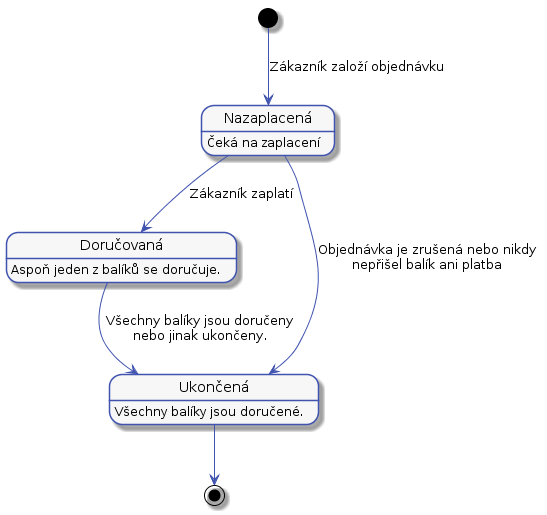
Before: docs/diagrams/out/states-order.png, a diagram exported from PlantUML (Internet-Handel/postman).
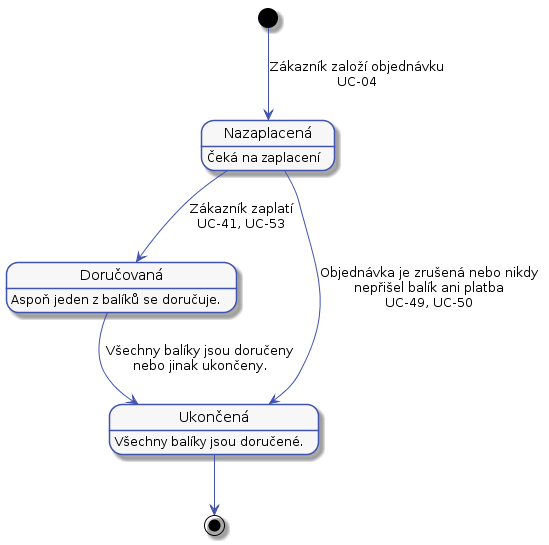
The same file after the commit.

What changed in the source:
```diff
@@ -64,9 +64,9 @@
 state "Ukončená" as closed
 closed: Všechny balíky jsou doručené.
 
-[*] --> nezaplacená : Zákazník založí objednávku
-nezaplacená --> cekaNaDoruceni : Zákazník zaplatí
-nezaplacená --> closed:  Objednávka je zrušená nebo nikdy\nnepřišel balík ani platba
+[*] --> nezaplacená : Zákazník založí objednávku\nUC-04
+nezaplacená --> cekaNaDoruceni : Zákazník zaplatí\nUC-41, UC-53
+nezaplacená --> closed:  Objednávka je zrušená nebo nikdy\nnepřišel balík ani platba\nUC-49, UC-50
 cekaNaDoruceni --> closed : Všechny balíky jsou doručeny\nnebo jinak ukončeny.
 closed --> [*]
 @enduml
```
